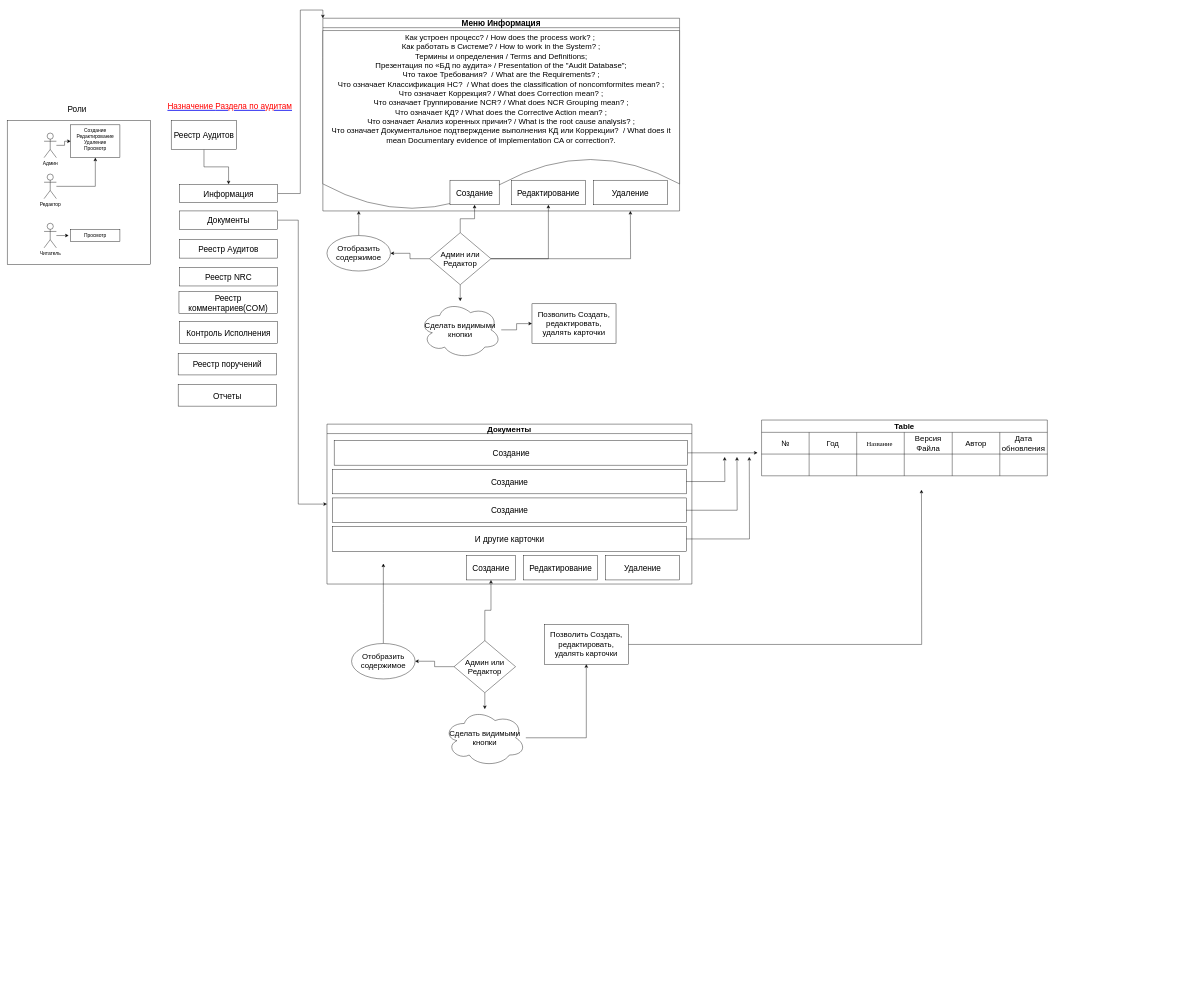
SyntaxEvg/StudyProject keeps this draw.io diagram as Untitled Diagram.drawio. Above is the earlier version. Source tidied: cells renumbered, new cells numbered last; positions are measured from the earlier drawing's top-left corner, leaving out a move shared by most shapes. Both pictures are drawn from the tidied source at 41%, with x=0, y=0 at pixel (7, 18).
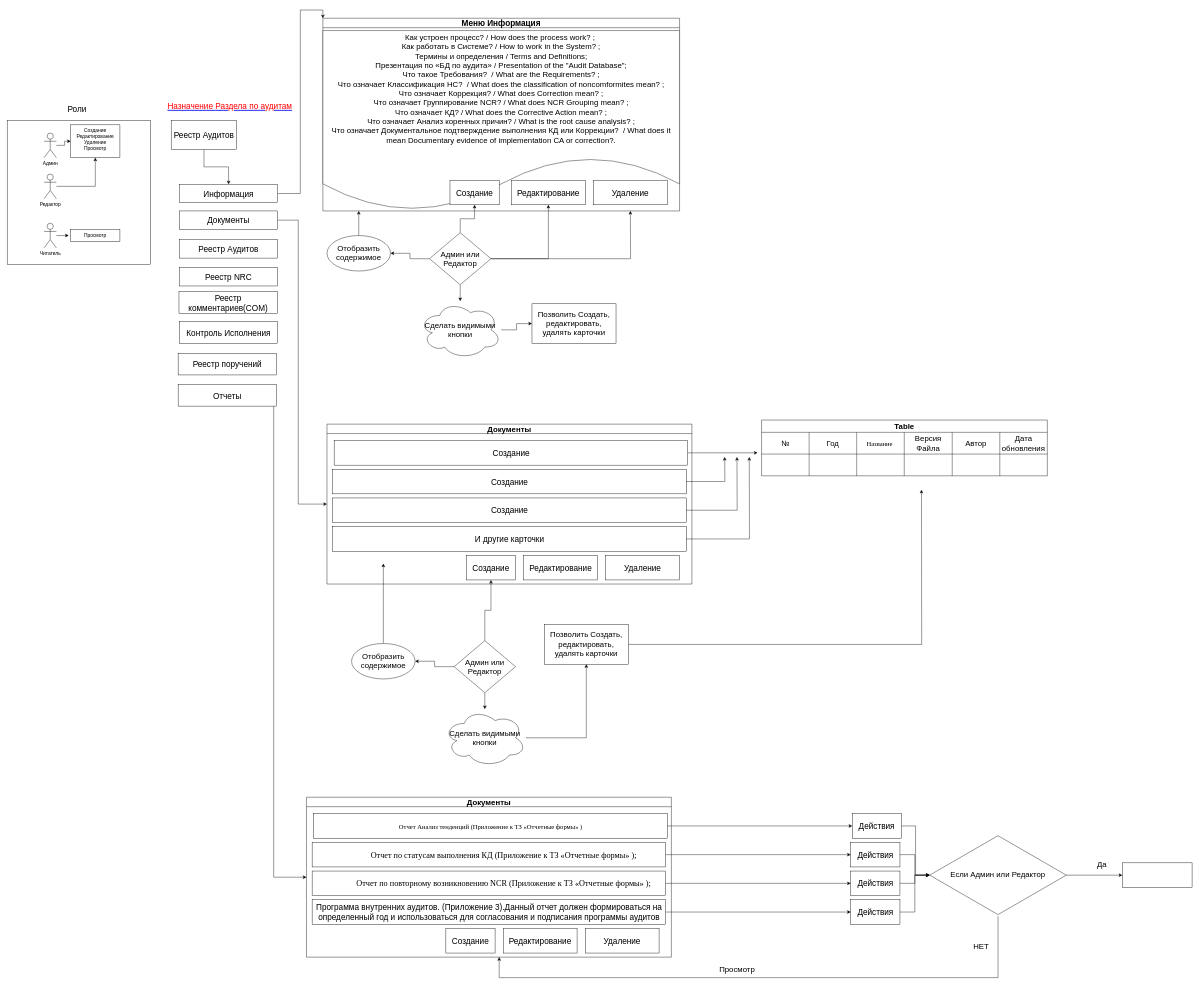
The same diagram, later.

The change refers to these unchanged cells:
```xml
<mxCell id="29" value="Отчеты" style="whiteSpace=wrap;html=1;fontSize=20;fillColor=rgb(255, 255, 255);strokeColor=rgb(0, 0, 0);fontColor=rgb(0, 0, 0);" parent="1" vertex="1">
  <mxGeometry x="417" y="893" width="240" height="53" as="geometry" />
</mxCell>
```

Diff of the diagram source:
```diff
@@
+    <mxCell id="78" style="edgeStyle=orthogonalEdgeStyle;rounded=0;jettySize=auto;html=1;fontSize=19;" parent="1" edge="1" source="29" target="79">
+      <mxGeometry relative="1" as="geometry">
+        <Array as="points">
+          <mxPoint x="650" y="2095" />
+        </Array>
+      </mxGeometry>
+    </mxCell>
@@
+    <mxCell id="79" value="Документы" style="swimlane;fontSize=19;" parent="1" vertex="1">
+      <mxGeometry x="730" y="1900" width="890" height="390" as="geometry" />
+    </mxCell>
+    <mxCell id="80" value="&lt;span style=&quot;font-size: 12.0pt ; line-height: 150% ; font-family: &amp;#34;times new roman&amp;#34; , serif&quot;&gt;Отчет Анализ тенденций (Приложение к ТЗ «Отчетные формы» )&lt;/span&gt;" style="rounded=0;whiteSpace=wrap;html=1;fontSize=20;" parent="79" vertex="1">
+      <mxGeometry x="17.5" y="40" width="862.5" height="60" as="geometry" />
+    </mxCell>
+    <mxCell id="81" value="&lt;p class=&quot;MsoListParagraph&quot; style=&quot;margin-top: 0cm ; margin-right: 0cm ; margin-bottom: 0cm ; margin-left: 71.45pt ; margin-bottom: 0.0001pt ; text-indent: -18.0pt ; line-height: 150%&quot;&gt;&lt;span style=&quot;font-family: &amp;#34;times new roman&amp;#34; , serif&quot;&gt;Отчет по статусам выполнения КД (Приложение к ТЗ «Отчетные формы» );&lt;/span&gt;&lt;/p&gt;" style="rounded=0;whiteSpace=wrap;html=1;fontSize=20;" parent="79" vertex="1">
+      <mxGeometry x="13.8" y="110" width="862.5" height="60" as="geometry" />
+    </mxCell>
+    <mxCell id="82" value="&lt;p class=&quot;MsoListParagraph&quot; style=&quot;margin-top: 0cm ; margin-right: 0cm ; margin-bottom: 0cm ; margin-left: 71.45pt ; margin-bottom: 0.0001pt ; text-indent: -18.0pt ; line-height: 150%&quot;&gt;&lt;span style=&quot;font-family: &amp;#34;times new roman&amp;#34; , serif&quot;&gt;Отчет по повторному возникновению NCR (Приложение к ТЗ «Отчетные формы» );&lt;/span&gt;&lt;/p&gt;" style="rounded=0;whiteSpace=wrap;html=1;fontSize=20;" parent="79" vertex="1">
+      <mxGeometry x="13.8" y="180" width="862.5" height="60" as="geometry" />
+    </mxCell>
+    <mxCell id="83" value="Программа внутренних аудитов. (Приложение 3).Данный отчет должен формироваться на определенный год и использоваться для согласования и подписания программы аудитов" style="rounded=0;whiteSpace=wrap;html=1;fontSize=20;" parent="79" vertex="1">
+      <mxGeometry x="13.8" y="250" width="862.5" height="60" as="geometry" />
+    </mxCell>
+    <mxCell id="84" value="Удаление" style="rounded=0;whiteSpace=wrap;html=1;fontSize=20;" parent="79" vertex="1">
+      <mxGeometry x="680" y="320" width="180" height="60" as="geometry" />
+    </mxCell>
+    <mxCell id="85" value="Редактирование" style="rounded=0;whiteSpace=wrap;html=1;fontSize=20;" parent="79" vertex="1">
+      <mxGeometry x="480" y="320" width="180" height="60" as="geometry" />
+    </mxCell>
+    <mxCell id="86" value="Создание" style="rounded=0;whiteSpace=wrap;html=1;fontSize=20;" parent="79" vertex="1">
+      <mxGeometry x="340" y="320" width="120" height="60" as="geometry" />
+    </mxCell>
+    <mxCell id="87" style="edgeStyle=orthogonalEdgeStyle;rounded=0;jettySize=auto;html=1;fontSize=19;" parent="1" edge="1" source="88" target="101">
+      <mxGeometry relative="1" as="geometry" />
+    </mxCell>
+    <mxCell id="88" value="Действия" style="whiteSpace=wrap;html=1;fontSize=20;fillColor=rgb(255, 255, 255);strokeColor=rgb(0, 0, 0);fontColor=rgb(0, 0, 0);rounded=0;" parent="1" vertex="1">
+      <mxGeometry x="2061.2" y="1940" width="120" height="60" as="geometry" />
+    </mxCell>
+    <mxCell id="89" style="edgeStyle=orthogonalEdgeStyle;rounded=0;jettySize=auto;html=1;fontSize=19;" parent="1" edge="1" source="80" target="88">
+      <mxGeometry relative="1" as="geometry" />
+    </mxCell>
+    <mxCell id="90" style="edgeStyle=orthogonalEdgeStyle;rounded=0;jettySize=auto;html=1;fontSize=19;" parent="1" edge="1" source="91" target="101">
+      <mxGeometry relative="1" as="geometry" />
+    </mxCell>
+    <mxCell id="91" value="&lt;span&gt;Действия&lt;/span&gt;" style="whiteSpace=wrap;html=1;fontSize=20;fillColor=rgb(255, 255, 255);strokeColor=rgb(0, 0, 0);fontColor=rgb(0, 0, 0);rounded=0;" parent="1" vertex="1">
+      <mxGeometry x="2057.5" y="2010" width="120" height="60" as="geometry" />
+    </mxCell>
+    <mxCell id="92" style="edgeStyle=orthogonalEdgeStyle;rounded=0;jettySize=auto;html=1;fontSize=19;" parent="1" edge="1" source="81" target="91">
+      <mxGeometry relative="1" as="geometry" />
+    </mxCell>
+    <mxCell id="93" style="edgeStyle=orthogonalEdgeStyle;rounded=0;jettySize=auto;html=1;fontSize=19;" parent="1" edge="1" source="94" target="101">
+      <mxGeometry relative="1" as="geometry" />
+    </mxCell>
+    <mxCell id="94" value="&lt;span&gt;Действия&lt;/span&gt;" style="whiteSpace=wrap;html=1;fontSize=20;fillColor=rgb(255, 255, 255);strokeColor=rgb(0, 0, 0);fontColor=rgb(0, 0, 0);rounded=0;" parent="1" vertex="1">
+      <mxGeometry x="2057.5" y="2080" width="120" height="60" as="geometry" />
+    </mxCell>
+    <mxCell id="95" style="edgeStyle=orthogonalEdgeStyle;rounded=0;jettySize=auto;html=1;fontSize=19;" parent="1" edge="1" source="82" target="94">
+      <mxGeometry relative="1" as="geometry" />
+    </mxCell>
+    <mxCell id="96" style="edgeStyle=orthogonalEdgeStyle;rounded=0;jettySize=auto;html=1;fontSize=19;" parent="1" edge="1" source="97" target="101">
+      <mxGeometry relative="1" as="geometry" />
+    </mxCell>
+    <mxCell id="97" value="&lt;span&gt;Действия&lt;/span&gt;" style="whiteSpace=wrap;html=1;fontSize=20;fillColor=rgb(255, 255, 255);strokeColor=rgb(0, 0, 0);fontColor=rgb(0, 0, 0);rounded=0;" parent="1" vertex="1">
+      <mxGeometry x="2057.5" y="2150" width="120" height="60" as="geometry" />
+    </mxCell>
+    <mxCell id="98" style="edgeStyle=orthogonalEdgeStyle;rounded=0;jettySize=auto;html=1;fontSize=19;" parent="1" edge="1" source="83" target="97">
+      <mxGeometry relative="1" as="geometry" />
+    </mxCell>
+    <mxCell id="99" style="edgeStyle=orthogonalEdgeStyle;rounded=0;jettySize=auto;html=1;fontSize=19;" parent="1" edge="1" source="101">
+      <mxGeometry relative="1" as="geometry">
+        <mxPoint x="1200" y="2290" as="targetPoint" />
+        <Array as="points">
+          <mxPoint x="2417" y="2340" />
+          <mxPoint x="1200" y="2340" />
+        </Array>
+      </mxGeometry>
+    </mxCell>
+    <mxCell id="100" style="edgeStyle=orthogonalEdgeStyle;rounded=0;jettySize=auto;html=1;fontSize=19;" parent="1" edge="1" source="101" target="104">
+      <mxGeometry relative="1" as="geometry" />
+    </mxCell>
+    <mxCell id="101" value="Если Админ или Редактор" style="html=1;whiteSpace=wrap;shape=isoRectangle;rounded=0;shadow=0;fontSize=19;" parent="1" vertex="1">
+      <mxGeometry x="2250" y="1990" width="333.3" height="200" as="geometry" />
+    </mxCell>
+    <mxCell id="102" value="Просмотр" style="text;html=1;align=center;verticalAlign=middle;strokeColor=none;fillColor=none;fontSize=19;" parent="1" vertex="1">
+      <mxGeometry x="1730" y="2305" width="100" height="30" as="geometry" />
+    </mxCell>
+    <mxCell id="103" value="НЕТ" style="text;html=1;align=center;verticalAlign=middle;strokeColor=none;fillColor=none;fontSize=19;" parent="1" vertex="1">
+      <mxGeometry x="2350" y="2250" width="50" height="30" as="geometry" />
+    </mxCell>
+    <mxCell id="104" style="whiteSpace=wrap;html=1;fontSize=19;fillColor=rgb(255, 255, 255);strokeColor=rgb(0, 0, 0);fontColor=rgb(0, 0, 0);rounded=0;shadow=0;" parent="1" vertex="1">
+      <mxGeometry x="2720" y="2060" width="170" height="60" as="geometry" />
+    </mxCell>
+    <mxCell id="105" value="Да" style="text;html=1;align=center;verticalAlign=middle;strokeColor=none;fillColor=none;fontSize=19;" parent="1" vertex="1">
+      <mxGeometry x="2650" y="2050" width="40" height="30" as="geometry" />
+    </mxCell>
```
